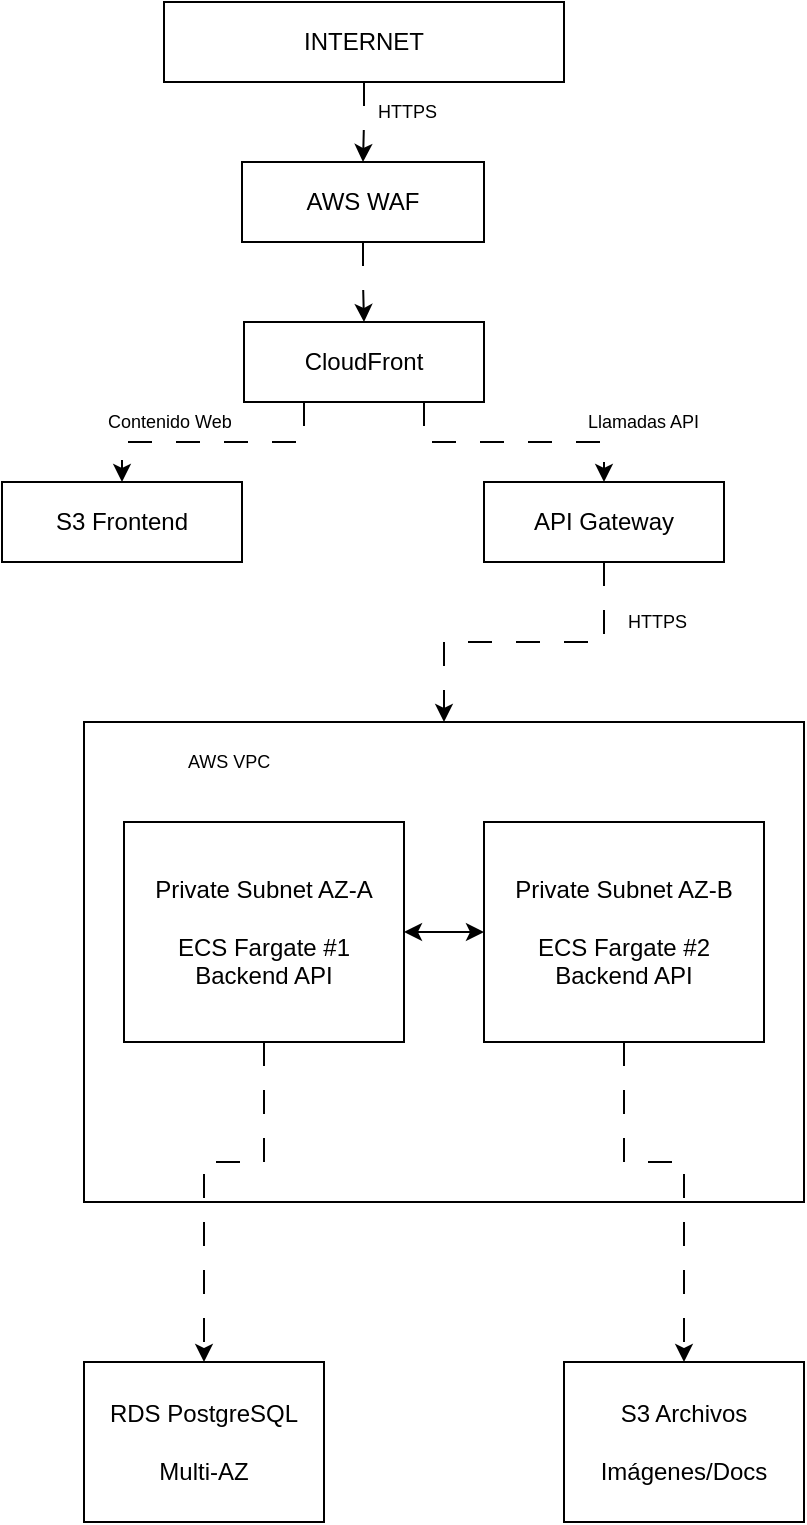
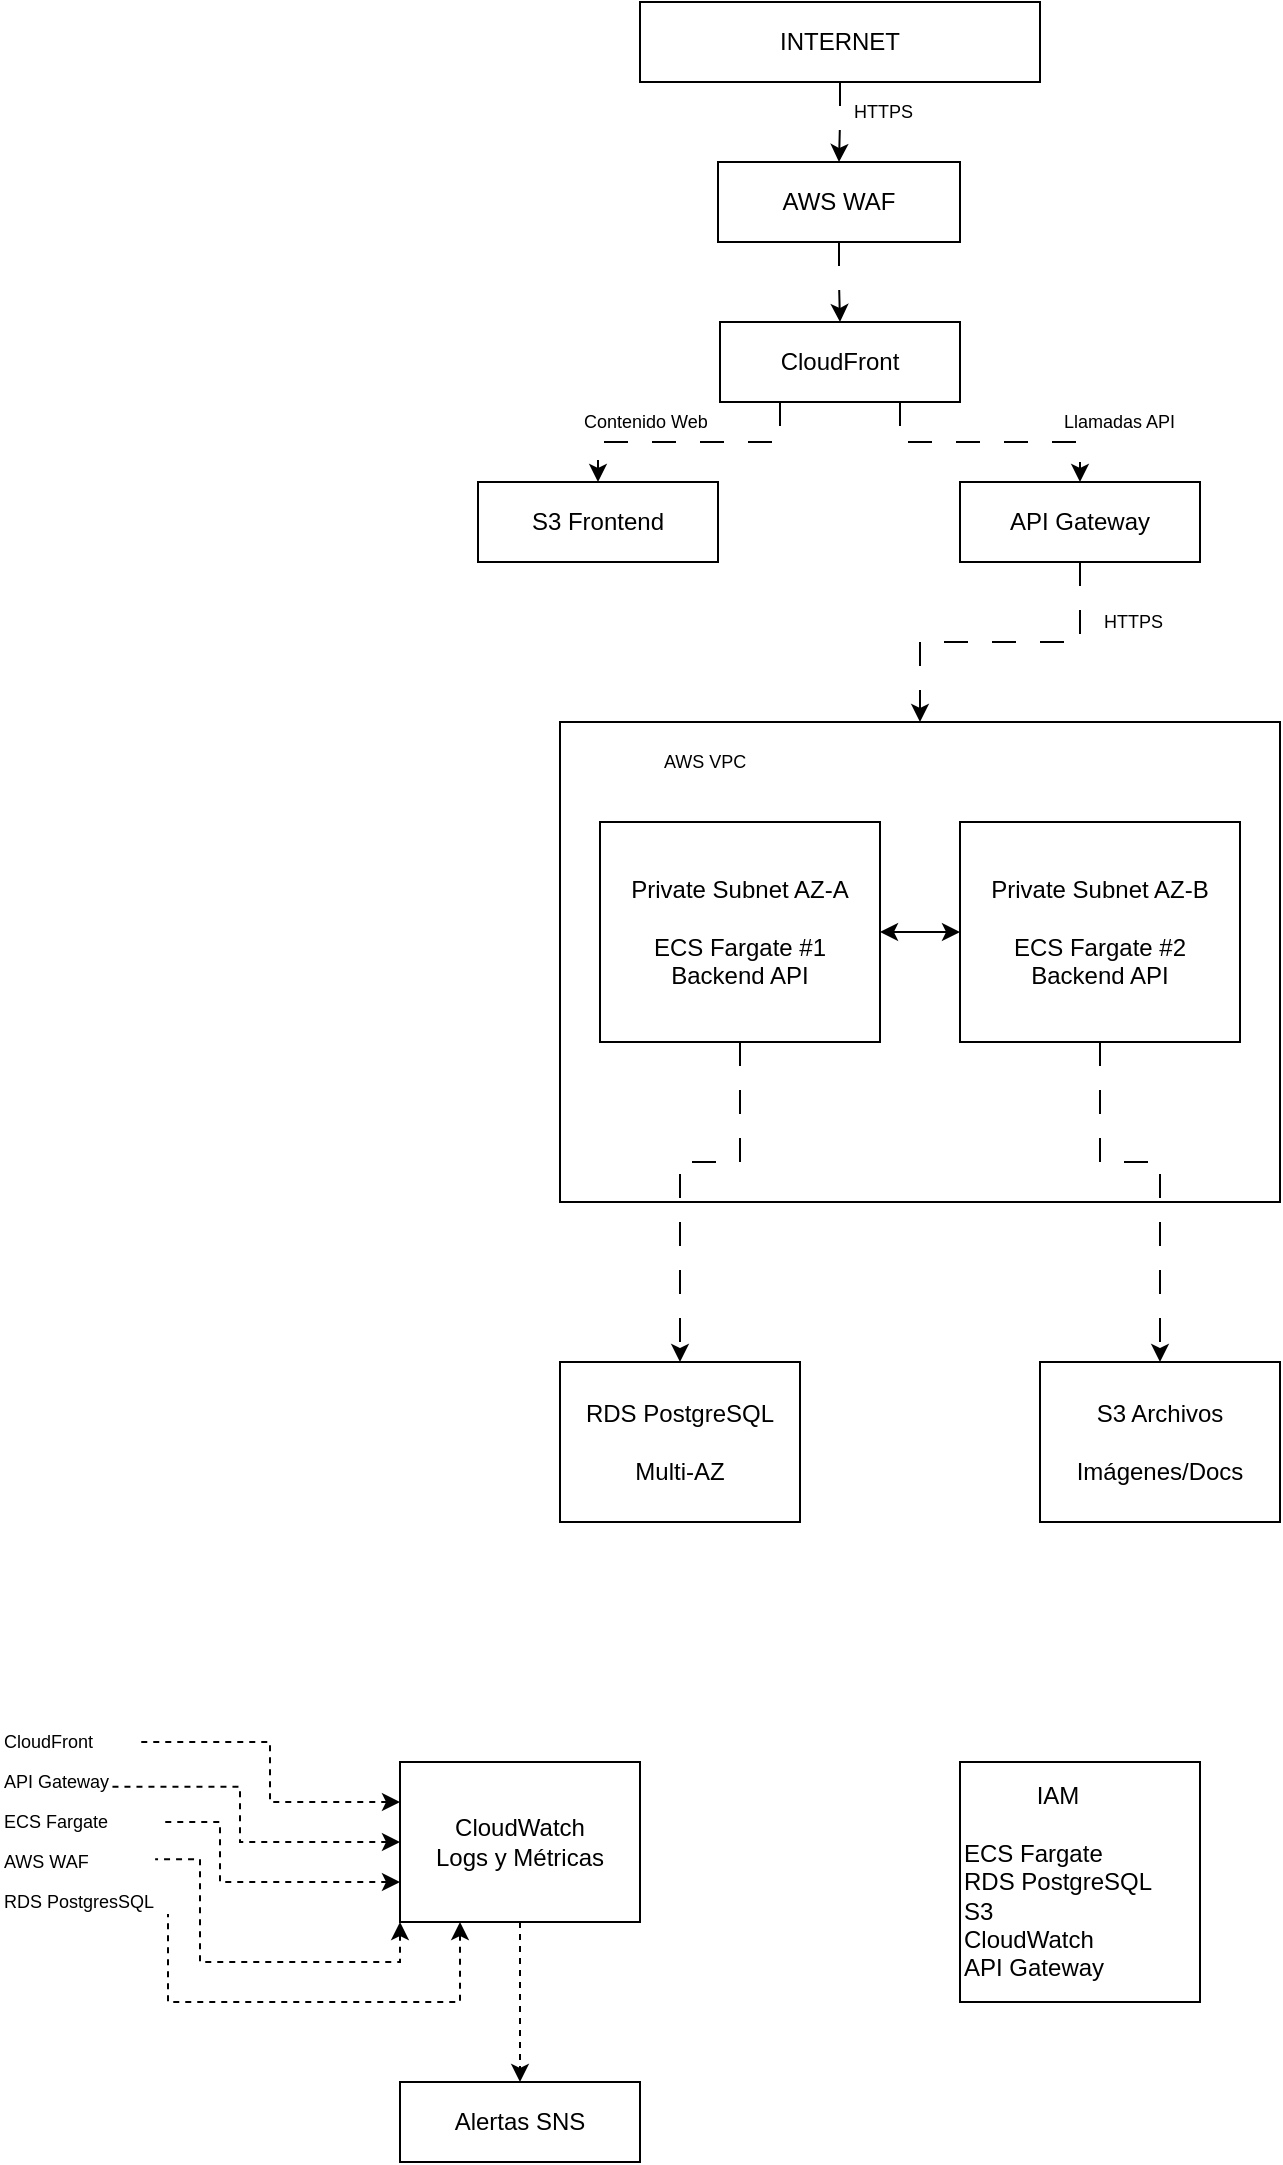
<mxfile host="app.diagrams.net">
  <diagram name="Página-1" id="5iXDUfelDgTBa-S38yCt">
-     <mxGraphModel dx="730" dy="580" grid="1" gridSize="10" guides="1" tooltips="1" connect="1" arrows="1" fold="1" page="1" pageScale="1" pageWidth="827" pageHeight="1169" math="0" shadow="0">
+     <mxGraphModel dx="1813" dy="830" grid="1" gridSize="10" guides="1" tooltips="1" connect="1" arrows="1" fold="1" page="1" pageScale="1" pageWidth="827" pageHeight="1169" math="0" shadow="0">
      <root>
        <mxCell id="0" />
        <mxCell id="1" parent="0" />
        <mxCell id="cjhfmyEN3WFEl8_9Gkc3-6" edge="1" parent="1" source="rCuTf7C3_Di3WrkqX8XD-1" style="edgeStyle=orthogonalEdgeStyle;rounded=0;orthogonalLoop=1;jettySize=auto;html=1;exitX=0.5;exitY=1;exitDx=0;exitDy=0;entryX=0.5;entryY=0;entryDx=0;entryDy=0;dashed=1;dashPattern=12 12;" target="cjhfmyEN3WFEl8_9Gkc3-2">
          <mxGeometry relative="1" as="geometry" />
        </mxCell>
        <mxCell id="rCuTf7C3_Di3WrkqX8XD-1" parent="1" style="rounded=0;whiteSpace=wrap;html=1;" value="INTERNET" vertex="1">
          <mxGeometry height="40" width="200" x="320" as="geometry" />
        </mxCell>
        <mxCell id="cjhfmyEN3WFEl8_9Gkc3-8" edge="1" parent="1" source="cjhfmyEN3WFEl8_9Gkc3-2" style="edgeStyle=orthogonalEdgeStyle;rounded=0;orthogonalLoop=1;jettySize=auto;html=1;exitX=0.5;exitY=1;exitDx=0;exitDy=0;entryX=0.5;entryY=0;entryDx=0;entryDy=0;dashed=1;dashPattern=12 12;" target="cjhfmyEN3WFEl8_9Gkc3-7">
          <mxGeometry relative="1" as="geometry" />
        </mxCell>
        <mxCell id="cjhfmyEN3WFEl8_9Gkc3-2" parent="1" style="html=1;whiteSpace=wrap;" value="AWS WAF" vertex="1">
          <mxGeometry height="40" width="121" x="359" y="80" as="geometry" />
        </mxCell>
        <mxCell id="cjhfmyEN3WFEl8_9Gkc3-13" edge="1" parent="1" source="cjhfmyEN3WFEl8_9Gkc3-7" style="edgeStyle=orthogonalEdgeStyle;rounded=0;orthogonalLoop=1;jettySize=auto;html=1;exitX=0.75;exitY=1;exitDx=0;exitDy=0;entryX=0.5;entryY=0;entryDx=0;entryDy=0;dashed=1;dashPattern=12 12;" target="cjhfmyEN3WFEl8_9Gkc3-11">
          <mxGeometry relative="1" as="geometry" />
        </mxCell>
        <mxCell id="cjhfmyEN3WFEl8_9Gkc3-14" edge="1" parent="1" source="cjhfmyEN3WFEl8_9Gkc3-7" style="edgeStyle=orthogonalEdgeStyle;rounded=0;orthogonalLoop=1;jettySize=auto;html=1;exitX=0.25;exitY=1;exitDx=0;exitDy=0;entryX=0.5;entryY=0;entryDx=0;entryDy=0;dashed=1;dashPattern=12 12;" target="cjhfmyEN3WFEl8_9Gkc3-10">
          <mxGeometry relative="1" as="geometry" />
        </mxCell>
        <mxCell id="cjhfmyEN3WFEl8_9Gkc3-7" parent="1" style="html=1;whiteSpace=wrap;" value="CloudFront" vertex="1">
          <mxGeometry height="40" width="120" x="360" y="160" as="geometry" />
        </mxCell>
        <mxCell id="cjhfmyEN3WFEl8_9Gkc3-9" parent="1" style="text;html=1;whiteSpace=wrap;strokeColor=none;fillColor=none;align=left;verticalAlign=middle;rounded=0;autosize=1;resizable=0;fontSize=9;" value="HTTPS" vertex="1">
          <mxGeometry height="20" width="50" x="425" y="45" as="geometry" />
        </mxCell>
        <mxCell id="cjhfmyEN3WFEl8_9Gkc3-10" parent="1" style="html=1;whiteSpace=wrap;" value="S3 Frontend" vertex="1">
          <mxGeometry height="40" width="120" x="239" y="240" as="geometry" />
        </mxCell>
        <mxCell id="cjhfmyEN3WFEl8_9Gkc3-21" edge="1" parent="1" source="cjhfmyEN3WFEl8_9Gkc3-11" style="edgeStyle=orthogonalEdgeStyle;rounded=0;orthogonalLoop=1;jettySize=auto;html=1;exitX=0.5;exitY=1;exitDx=0;exitDy=0;entryX=0.5;entryY=0;entryDx=0;entryDy=0;dashed=1;dashPattern=12 12;" target="cjhfmyEN3WFEl8_9Gkc3-17">
          <mxGeometry relative="1" as="geometry" />
        </mxCell>
        <mxCell id="cjhfmyEN3WFEl8_9Gkc3-11" parent="1" style="html=1;whiteSpace=wrap;" value="API Gateway" vertex="1">
          <mxGeometry height="40" width="120" x="480" y="240" as="geometry" />
        </mxCell>
        <mxCell id="cjhfmyEN3WFEl8_9Gkc3-15" parent="1" style="text;html=1;whiteSpace=wrap;strokeColor=none;fillColor=none;align=left;verticalAlign=middle;rounded=0;autosize=1;resizable=0;fontSize=9;" value="Contenido Web" vertex="1">
          <mxGeometry height="20" width="90" x="290" y="200" as="geometry" />
        </mxCell>
        <mxCell id="cjhfmyEN3WFEl8_9Gkc3-16" parent="1" style="text;html=1;whiteSpace=wrap;strokeColor=none;fillColor=none;align=left;verticalAlign=middle;rounded=0;autosize=1;resizable=0;fontSize=9;" value="Llamadas API" vertex="1">
          <mxGeometry height="20" width="80" x="530" y="200" as="geometry" />
        </mxCell>
        <mxCell id="cjhfmyEN3WFEl8_9Gkc3-17" parent="1" style="html=1;whiteSpace=wrap;" value="" vertex="1">
          <mxGeometry height="240" width="360" x="280" y="360" as="geometry" />
        </mxCell>
        <mxCell id="cjhfmyEN3WFEl8_9Gkc3-22" edge="1" parent="1" source="cjhfmyEN3WFEl8_9Gkc3-18" style="edgeStyle=orthogonalEdgeStyle;rounded=0;orthogonalLoop=1;jettySize=auto;html=1;exitX=1;exitY=0.5;exitDx=0;exitDy=0;startArrow=classic;startFill=1;" target="cjhfmyEN3WFEl8_9Gkc3-19">
          <mxGeometry relative="1" as="geometry" />
        </mxCell>
        <mxCell id="cjhfmyEN3WFEl8_9Gkc3-30" edge="1" parent="1" source="cjhfmyEN3WFEl8_9Gkc3-18" style="edgeStyle=orthogonalEdgeStyle;rounded=0;orthogonalLoop=1;jettySize=auto;html=1;exitX=0.5;exitY=1;exitDx=0;exitDy=0;entryX=0.5;entryY=0;entryDx=0;entryDy=0;dashed=1;dashPattern=12 12;" target="cjhfmyEN3WFEl8_9Gkc3-27">
          <mxGeometry relative="1" as="geometry">
            <Array as="points">
              <mxPoint x="370" y="580" />
              <mxPoint x="340" y="580" />
            </Array>
          </mxGeometry>
        </mxCell>
        <mxCell id="cjhfmyEN3WFEl8_9Gkc3-18" parent="1" style="html=1;whiteSpace=wrap;" value="Private Subnet AZ-A&lt;div&gt;&lt;br&gt;&lt;/div&gt;&lt;div&gt;ECS Fargate #1&lt;/div&gt;&lt;div&gt;Backend API&lt;/div&gt;" vertex="1">
          <mxGeometry height="110" width="140" x="300" y="410" as="geometry" />
        </mxCell>
        <mxCell id="cjhfmyEN3WFEl8_9Gkc3-31" edge="1" parent="1" source="cjhfmyEN3WFEl8_9Gkc3-19" style="edgeStyle=orthogonalEdgeStyle;rounded=0;orthogonalLoop=1;jettySize=auto;html=1;exitX=0.5;exitY=1;exitDx=0;exitDy=0;entryX=0.5;entryY=0;entryDx=0;entryDy=0;dashed=1;dashPattern=12 12;" target="cjhfmyEN3WFEl8_9Gkc3-28">
          <mxGeometry relative="1" as="geometry">
            <Array as="points">
              <mxPoint x="550" y="580" />
              <mxPoint x="580" y="580" />
            </Array>
          </mxGeometry>
        </mxCell>
        <mxCell id="cjhfmyEN3WFEl8_9Gkc3-19" parent="1" style="html=1;whiteSpace=wrap;" value="Private Subnet AZ-B&lt;div&gt;&lt;br&gt;&lt;/div&gt;&lt;div&gt;ECS Fargate #2&lt;/div&gt;&lt;div&gt;Backend API&lt;/div&gt;" vertex="1">
          <mxGeometry height="110" width="140" x="480" y="410" as="geometry" />
        </mxCell>
        <mxCell id="cjhfmyEN3WFEl8_9Gkc3-20" parent="1" style="text;html=1;whiteSpace=wrap;strokeColor=none;fillColor=none;align=left;verticalAlign=middle;rounded=0;autosize=1;resizable=0;fontSize=9;" value="AWS VPC" vertex="1">
          <mxGeometry height="20" width="60" x="330" y="370" as="geometry" />
        </mxCell>
        <mxCell id="cjhfmyEN3WFEl8_9Gkc3-23" parent="1" style="text;html=1;whiteSpace=wrap;strokeColor=none;fillColor=none;align=left;verticalAlign=middle;rounded=0;autosize=1;resizable=0;fontSize=9;" value="HTTPS" vertex="1">
          <mxGeometry height="20" width="50" x="550" y="300" as="geometry" />
        </mxCell>
        <mxCell id="cjhfmyEN3WFEl8_9Gkc3-27" parent="1" style="html=1;whiteSpace=wrap;" value="RDS PostgreSQL&lt;div&gt;&lt;br&gt;&lt;/div&gt;&lt;div&gt;Multi-AZ&lt;/div&gt;" vertex="1">
          <mxGeometry height="80" width="120" x="280" y="680" as="geometry" />
        </mxCell>
        <mxCell id="cjhfmyEN3WFEl8_9Gkc3-28" parent="1" style="html=1;whiteSpace=wrap;" value="S3 Archivos&lt;div&gt;&lt;br&gt;&lt;/div&gt;&lt;div&gt;Imágenes/Docs&lt;/div&gt;" vertex="1">
          <mxGeometry height="80" width="120" x="520" y="680" as="geometry" />
        </mxCell>
+         <mxCell id="cjhfmyEN3WFEl8_9Gkc3-34" edge="1" parent="1" source="cjhfmyEN3WFEl8_9Gkc3-32" style="edgeStyle=orthogonalEdgeStyle;rounded=0;orthogonalLoop=1;jettySize=auto;html=1;exitX=0.5;exitY=1;exitDx=0;exitDy=0;entryX=0.5;entryY=0;entryDx=0;entryDy=0;dashed=1;" target="cjhfmyEN3WFEl8_9Gkc3-33">
+           <mxGeometry relative="1" as="geometry" />
+         </mxCell>
+         <mxCell id="cjhfmyEN3WFEl8_9Gkc3-47" edge="1" parent="1" source="cjhfmyEN3WFEl8_9Gkc3-32" style="edgeStyle=orthogonalEdgeStyle;rounded=0;orthogonalLoop=1;jettySize=auto;html=1;exitX=0;exitY=0.25;exitDx=0;exitDy=0;entryX=1;entryY=0.5;entryDx=0;entryDy=0;dashed=1;endArrow=none;endFill=0;startArrow=classic;startFill=1;" target="cjhfmyEN3WFEl8_9Gkc3-40">
+           <mxGeometry relative="1" as="geometry" />
+         </mxCell>
+         <mxCell id="cjhfmyEN3WFEl8_9Gkc3-49" edge="1" parent="1" source="cjhfmyEN3WFEl8_9Gkc3-32" style="edgeStyle=orthogonalEdgeStyle;rounded=0;orthogonalLoop=1;jettySize=auto;html=1;exitX=0;exitY=0.75;exitDx=0;exitDy=0;dashed=1;startArrow=classic;startFill=1;endArrow=none;endFill=0;" target="cjhfmyEN3WFEl8_9Gkc3-42">
+           <mxGeometry relative="1" as="geometry">
+             <Array as="points">
+               <mxPoint x="110" y="940" />
+               <mxPoint x="110" y="910" />
+             </Array>
+           </mxGeometry>
+         </mxCell>
+         <mxCell id="cjhfmyEN3WFEl8_9Gkc3-32" parent="1" style="html=1;whiteSpace=wrap;" value="CloudWatch&lt;div&gt;Logs y Métricas&lt;/div&gt;" vertex="1">
+           <mxGeometry height="80" width="120" x="200" y="880" as="geometry" />
+         </mxCell>
+         <mxCell id="cjhfmyEN3WFEl8_9Gkc3-33" parent="1" style="html=1;whiteSpace=wrap;" value="Alertas SNS" vertex="1">
+           <mxGeometry height="40" width="120" x="200" y="1040" as="geometry" />
+         </mxCell>
+         <mxCell id="cjhfmyEN3WFEl8_9Gkc3-40" parent="1" style="text;html=1;whiteSpace=wrap;strokeColor=none;fillColor=none;align=left;verticalAlign=middle;rounded=0;autosize=1;resizable=0;fontSize=9;" value="CloudFront" vertex="1">
+           <mxGeometry height="20" width="70" y="860" as="geometry" />
+         </mxCell>
+         <mxCell id="cjhfmyEN3WFEl8_9Gkc3-41" parent="1" style="text;html=1;whiteSpace=wrap;strokeColor=none;fillColor=none;align=left;verticalAlign=middle;rounded=0;autosize=1;resizable=0;fontSize=9;" value="API Gateway" vertex="1">
+           <mxGeometry height="20" width="80" y="880" as="geometry" />
+         </mxCell>
+         <mxCell id="cjhfmyEN3WFEl8_9Gkc3-42" parent="1" style="text;html=1;whiteSpace=wrap;strokeColor=none;fillColor=none;align=left;verticalAlign=middle;rounded=0;autosize=1;resizable=0;fontSize=9;" value="ECS Fargate" vertex="1">
+           <mxGeometry height="20" width="80" y="900" as="geometry" />
+         </mxCell>
+         <mxCell id="cjhfmyEN3WFEl8_9Gkc3-44" parent="1" style="text;html=1;whiteSpace=wrap;strokeColor=none;fillColor=none;align=left;verticalAlign=middle;rounded=0;autosize=1;resizable=0;fontSize=9;" value="RDS PostgresSQL" vertex="1">
+           <mxGeometry height="20" width="100" y="940" as="geometry" />
+         </mxCell>
+         <mxCell id="cjhfmyEN3WFEl8_9Gkc3-46" parent="1" style="text;html=1;whiteSpace=wrap;strokeColor=none;fillColor=none;align=left;verticalAlign=middle;rounded=0;autosize=1;resizable=0;fontSize=9;" value="AWS WAF" vertex="1">
+           <mxGeometry height="20" width="70" y="920" as="geometry" />
+         </mxCell>
+         <mxCell id="cjhfmyEN3WFEl8_9Gkc3-48" edge="1" parent="1" source="cjhfmyEN3WFEl8_9Gkc3-32" style="edgeStyle=orthogonalEdgeStyle;rounded=0;orthogonalLoop=1;jettySize=auto;html=1;exitX=0;exitY=0.5;exitDx=0;exitDy=0;entryX=0.693;entryY=-0.381;entryDx=0;entryDy=0;entryPerimeter=0;dashed=1;endArrow=none;endFill=0;startArrow=classic;startFill=1;" target="cjhfmyEN3WFEl8_9Gkc3-42">
+           <mxGeometry relative="1" as="geometry">
+             <Array as="points">
+               <mxPoint x="120" y="920" />
+               <mxPoint x="120" y="892" />
+             </Array>
+           </mxGeometry>
+         </mxCell>
+         <mxCell id="cjhfmyEN3WFEl8_9Gkc3-52" edge="1" parent="1" source="cjhfmyEN3WFEl8_9Gkc3-32" style="edgeStyle=orthogonalEdgeStyle;rounded=0;orthogonalLoop=1;jettySize=auto;html=1;exitX=0;exitY=1;exitDx=0;exitDy=0;entryX=1.108;entryY=0.429;entryDx=0;entryDy=0;entryPerimeter=0;startArrow=classic;startFill=1;endArrow=none;endFill=0;dashed=1;" target="cjhfmyEN3WFEl8_9Gkc3-46">
+           <mxGeometry relative="1" as="geometry">
+             <Array as="points">
+               <mxPoint x="200" y="980" />
+               <mxPoint x="100" y="980" />
+               <mxPoint x="100" y="929" />
+             </Array>
+           </mxGeometry>
+         </mxCell>
+         <mxCell id="cjhfmyEN3WFEl8_9Gkc3-53" edge="1" parent="1" source="cjhfmyEN3WFEl8_9Gkc3-32" style="edgeStyle=orthogonalEdgeStyle;rounded=0;orthogonalLoop=1;jettySize=auto;html=1;exitX=0.25;exitY=1;exitDx=0;exitDy=0;entryX=0.84;entryY=0.8;entryDx=0;entryDy=0;entryPerimeter=0;dashed=1;endArrow=none;endFill=0;startArrow=classic;startFill=1;" target="cjhfmyEN3WFEl8_9Gkc3-44">
+           <mxGeometry relative="1" as="geometry">
+             <Array as="points">
+               <mxPoint x="230" y="1000" />
+               <mxPoint x="84" y="1000" />
+             </Array>
+           </mxGeometry>
+         </mxCell>
+         <mxCell id="cjhfmyEN3WFEl8_9Gkc3-54" parent="1" style="html=1;whiteSpace=wrap;align=left;" value="&lt;div style=&quot;text-align: center;&quot;&gt;&lt;span style=&quot;background-color: transparent; color: light-dark(rgb(0, 0, 0), rgb(255, 255, 255));&quot;&gt;IAM&lt;/span&gt;&lt;/div&gt;&lt;div&gt;&lt;br&gt;&lt;/div&gt;&lt;div&gt;ECS Fargate&lt;/div&gt;&lt;div&gt;RDS PostgreSQL&lt;/div&gt;&lt;div&gt;S3&lt;/div&gt;&lt;div&gt;CloudWatch&lt;/div&gt;&lt;div&gt;API Gateway&lt;/div&gt;" vertex="1">
+           <mxGeometry height="120" width="120" x="480" y="880" as="geometry" />
+         </mxCell>
      </root>
    </mxGraphModel>
  </diagram>
</mxfile>
